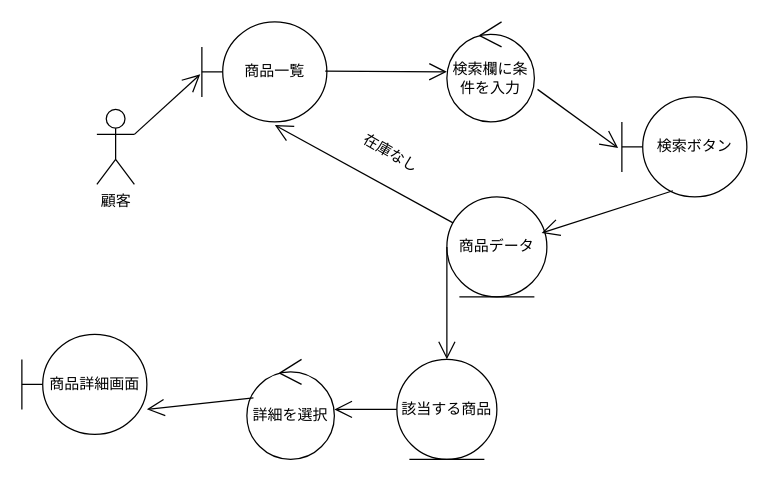
ko246/ohara_uml keeps this draw.io diagram as group/3-3_総合演習1_BBショップ注文管理システム/ロバストネス図/lo_c_03_look.drawio. Above is the earlier version. Source tidied: cells renumbered, new cells numbered last; positions are measured from the earlier drawing's top-left corner, leaving out a move shared by most shapes. Both pictures are drawn from the tidied source at 125%, with x=0, y=0 at pixel (21, 21).
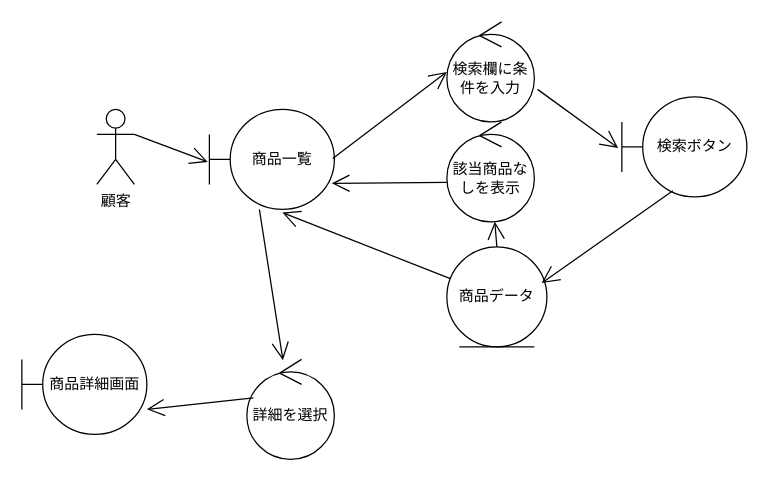
The same diagram, later.

The edit, as a diff of the source:
```diff
@@
 <mxGraphModel>
   <root>
     <mxCell id="0" />
     <mxCell id="1" parent="0" />
     <mxCell id="2" value="顧客" style="shape=umlActor;verticalLabelPosition=bottom;verticalAlign=top;html=1;" parent="1" vertex="1">
       <mxGeometry x="60" y="70" width="30" height="60" as="geometry" />
     </mxCell>
     <mxCell id="3" value="商品一覧" style="shape=umlBoundary;whiteSpace=wrap;html=1;" parent="1" vertex="1">
-      <mxGeometry x="144" width="100" height="80" as="geometry" />
+      <mxGeometry x="150" y="70" width="100" height="80" as="geometry" />
     </mxCell>
     <mxCell id="4" style="endArrow=open;endFill=1;endSize=12;html=1;entryX=-0.013;entryY=0.525;entryDx=0;entryDy=0;entryPerimeter=0;exitX=1;exitY=0.3333333333333333;exitDx=0;exitDy=0;exitPerimeter=0;" parent="1" edge="1" source="2" target="3">
       <mxGeometry relative="1" as="geometry" />
     </mxCell>
     <mxCell id="5" style="endArrow=open;endFill=1;endSize=12;html=1;entryX=0;entryY=0.5;entryDx=0;entryDy=0;exitX=0.987;exitY=0.492;exitDx=0;exitDy=0;exitPerimeter=0;" parent="1" edge="1" source="3">
       <mxGeometry relative="1" as="geometry">
         <mxPoint x="340" y="40" as="targetPoint" />
       </mxGeometry>
     </mxCell>
     <mxCell id="6" value="検索欄に条件を入力" style="ellipse;shape=umlControl;whiteSpace=wrap;html=1;" parent="1" vertex="1">
       <mxGeometry x="340" width="70" height="80" as="geometry" />
     </mxCell>
     <mxCell id="7" value="検索ボタン" style="shape=umlBoundary;whiteSpace=wrap;html=1;" parent="1" vertex="1">
       <mxGeometry x="480" y="60" width="100" height="80" as="geometry" />
     </mxCell>
     <mxCell id="8" style="endArrow=open;endFill=1;endSize=12;html=1;exitX=1.036;exitY=0.675;exitDx=0;exitDy=0;exitPerimeter=0;entryX=-0.03;entryY=0.511;entryDx=0;entryDy=0;entryPerimeter=0;" parent="1" edge="1" source="6" target="7">
       <mxGeometry relative="1" as="geometry" />
     </mxCell>
     <mxCell id="9" value="商品データ" style="ellipse;shape=umlEntity;whiteSpace=wrap;html=1;" parent="1" vertex="1">
-      <mxGeometry x="340" y="140" width="80" height="80" as="geometry" />
+      <mxGeometry x="340" y="180" width="80" height="80" as="geometry" />
     </mxCell>
     <mxCell id="10" style="endArrow=open;endFill=1;endSize=12;html=1;exitX=0.408;exitY=0.939;exitDx=0;exitDy=0;exitPerimeter=0;entryX=0.948;entryY=0.362;entryDx=0;entryDy=0;entryPerimeter=0;" parent="1" edge="1" source="7" target="9">
       <mxGeometry relative="1" as="geometry" />
     </mxCell>
     <mxCell id="11" style="endArrow=open;endFill=1;endSize=12;html=1;entryX=0.584;entryY=1.032;entryDx=0;entryDy=0;entryPerimeter=0;" parent="1" edge="1" source="9" target="3">
       <mxGeometry relative="1" as="geometry" />
     </mxCell>
-    <mxCell id="12" style="endArrow=open;endFill=1;endSize=12;html=1;exitX=0;exitY=0.5;exitDx=0;exitDy=0;" parent="1" edge="1" source="9" target="14">
-      <mxGeometry relative="1" as="geometry" />
-    </mxCell>
-    <mxCell id="13" value="在庫なし" style="text;html=1;align=center;verticalAlign=middle;strokeColor=none;fillColor=none;rotation=30;" parent="1" vertex="1">
-      <mxGeometry x="260" y="90" width="70" height="30" as="geometry" />
-    </mxCell>
-    <mxCell id="14" value="該当する商品" style="ellipse;shape=umlEntity;whiteSpace=wrap;html=1;" parent="1" vertex="1">
-      <mxGeometry x="300" y="270" width="80" height="80" as="geometry" />
-    </mxCell>
-    <mxCell id="15" style="endArrow=open;endFill=1;endSize=12;html=1;exitX=0;exitY=0.5;exitDx=0;exitDy=0;" parent="1" edge="1" source="14" target="16">
-      <mxGeometry relative="1" as="geometry" />
-    </mxCell>
     <mxCell id="16" value="詳細を選択" style="ellipse;shape=umlControl;whiteSpace=wrap;html=1;" parent="1" vertex="1">
       <mxGeometry x="180" y="270" width="70" height="80" as="geometry" />
     </mxCell>
     <mxCell id="17" value="商品詳細画面" style="shape=umlBoundary;whiteSpace=wrap;html=1;" parent="1" vertex="1">
       <mxGeometry y="250" width="100" height="80" as="geometry" />
     </mxCell>
     <mxCell id="18" style="endArrow=open;endFill=1;endSize=12;html=1;exitX=0.075;exitY=0.386;exitDx=0;exitDy=0;exitPerimeter=0;entryX=1;entryY=0.75;entryDx=0;entryDy=0;entryPerimeter=0;" parent="1" edge="1" source="16" target="17">
       <mxGeometry relative="1" as="geometry" />
     </mxCell>
+    <mxCell id="19" style="endArrow=open;endFill=1;endSize=12;html=1;exitX=0.4;exitY=1;exitDx=0;exitDy=0;exitPerimeter=0;" parent="1" edge="1" source="3" target="16">
+      <mxGeometry relative="1" as="geometry" />
+    </mxCell>
+    <mxCell id="20" value="該当商品なしを表示" style="ellipse;shape=umlControl;whiteSpace=wrap;html=1;" parent="1" vertex="1">
+      <mxGeometry x="340" y="80" width="70" height="80" as="geometry" />
+    </mxCell>
+    <mxCell id="21" style="endArrow=open;endFill=1;endSize=12;html=1;exitX=0.5;exitY=0;exitDx=0;exitDy=0;" parent="1" edge="1" source="9" target="20">
+      <mxGeometry relative="1" as="geometry" />
+    </mxCell>
+    <mxCell id="22" style="endArrow=open;endFill=1;endSize=12;html=1;exitX=-0.001;exitY=0.606;exitDx=0;exitDy=0;exitPerimeter=0;entryX=0.98;entryY=0.74;entryDx=0;entryDy=0;entryPerimeter=0;" parent="1" edge="1" source="20" target="3">
+      <mxGeometry relative="1" as="geometry" />
+    </mxCell>
   </root>
 </mxGraphModel>
```
